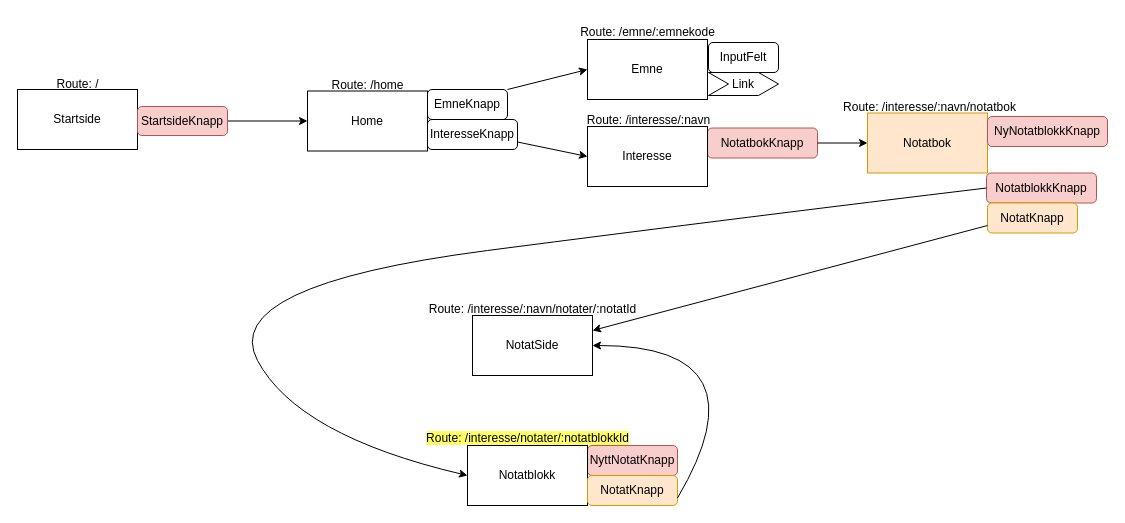
The draw.io diagram page "Flyt" (1 of 5) of planleggerApp.drawio in leaddcam/planlegger, before the edit. Source tidied: cells renumbered, new cells numbered last; positions are measured from the earlier drawing's top-left corner, leaving out a move shared by most shapes. Both pictures are drawn from the tidied source at 100%, with x=0, y=0 at pixel (17, 17).
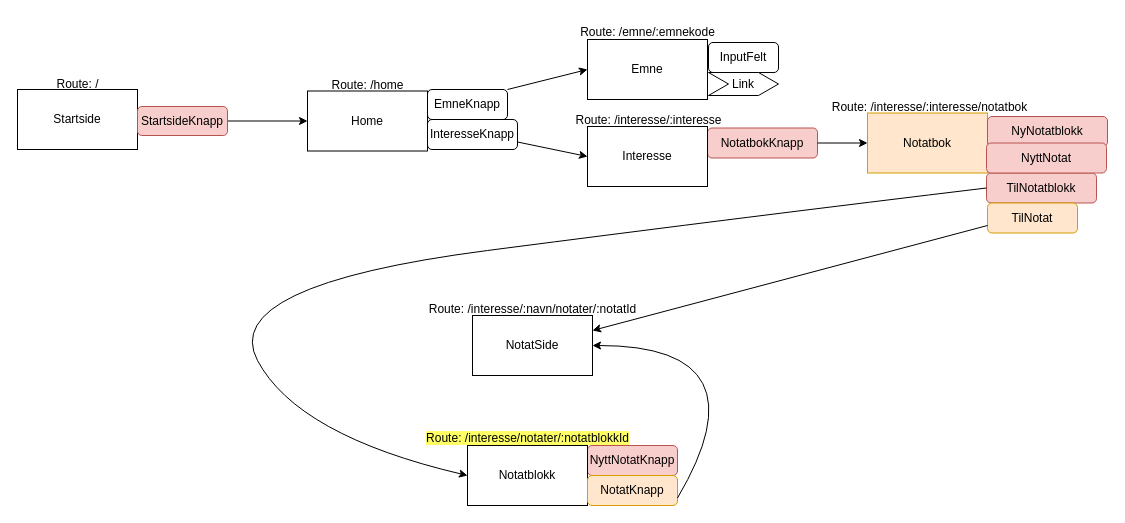
After the change.

Diff of the diagram source:
```diff
@@
-    <mxCell id="18" value="Route: /interesse/:navn" style="text;html=1;align=center;verticalAlign=middle;strokeColor=none;fillColor=none;" parent="1" vertex="1">
-      <mxGeometry x="556" y="88" width="150" height="30" as="geometry" />
+    <mxCell id="18" value="Route: /interesse/:interesse" style="text;html=1;align=center;verticalAlign=middle;strokeColor=none;fillColor=none;" parent="1" vertex="1">
+      <mxGeometry x="546" y="88" width="170" height="30" as="geometry" />
     </mxCell>
@@
-    <mxCell id="20" value="Route: /interesse/:navn/notatbok" style="text;html=1;align=center;verticalAlign=middle;strokeColor=none;fillColor=none;" parent="1" vertex="1">
-      <mxGeometry x="812" y="75" width="200" height="30" as="geometry" />
+    <mxCell id="20" value="Route: /interesse/:interesse/notatbok" style="text;html=1;align=center;verticalAlign=middle;strokeColor=none;fillColor=none;" parent="1" vertex="1">
+      <mxGeometry x="802" y="75" width="220" height="30" as="geometry" />
     </mxCell>
@@
-    <mxCell id="25" value="NotatblokkKnapp" style="rounded=1;whiteSpace=wrap;html=1;fillColor=#f8cecc;strokeColor=#b85450;" parent="1" vertex="1">
+    <mxCell id="25" value="TilNotatblokk" style="rounded=1;whiteSpace=wrap;html=1;fillColor=#f8cecc;strokeColor=#b85450;" parent="1" vertex="1">
       <mxGeometry x="969" y="155.5" width="110" height="30" as="geometry" />
     </mxCell>
-    <mxCell id="26" value="NyNotatblokkKnapp" style="rounded=1;whiteSpace=wrap;html=1;fillColor=#f8cecc;strokeColor=#b85450;" parent="1" vertex="1">
+    <mxCell id="26" value="NyNotatblokk" style="rounded=1;whiteSpace=wrap;html=1;fillColor=#f8cecc;strokeColor=#b85450;" parent="1" vertex="1">
       <mxGeometry x="970" y="99" width="120" height="30" as="geometry" />
     </mxCell>
-    <mxCell id="27" value="NotatKnapp" style="rounded=1;whiteSpace=wrap;html=1;fillColor=#ffe6cc;strokeColor=#d79b00;" parent="1" vertex="1">
+    <mxCell id="27" value="TilNotat" style="rounded=1;whiteSpace=wrap;html=1;fillColor=#ffe6cc;strokeColor=#d79b00;" parent="1" vertex="1">
       <mxGeometry x="970" y="185.5" width="90" height="30" as="geometry" />
     </mxCell>
@@
+    <mxCell id="34" value="NyttNotat" style="rounded=1;whiteSpace=wrap;html=1;fillColor=#f8cecc;strokeColor=#b85450;" parent="1" vertex="1">
+      <mxGeometry x="969" y="125.5" width="120" height="30" as="geometry" />
+    </mxCell>
```
